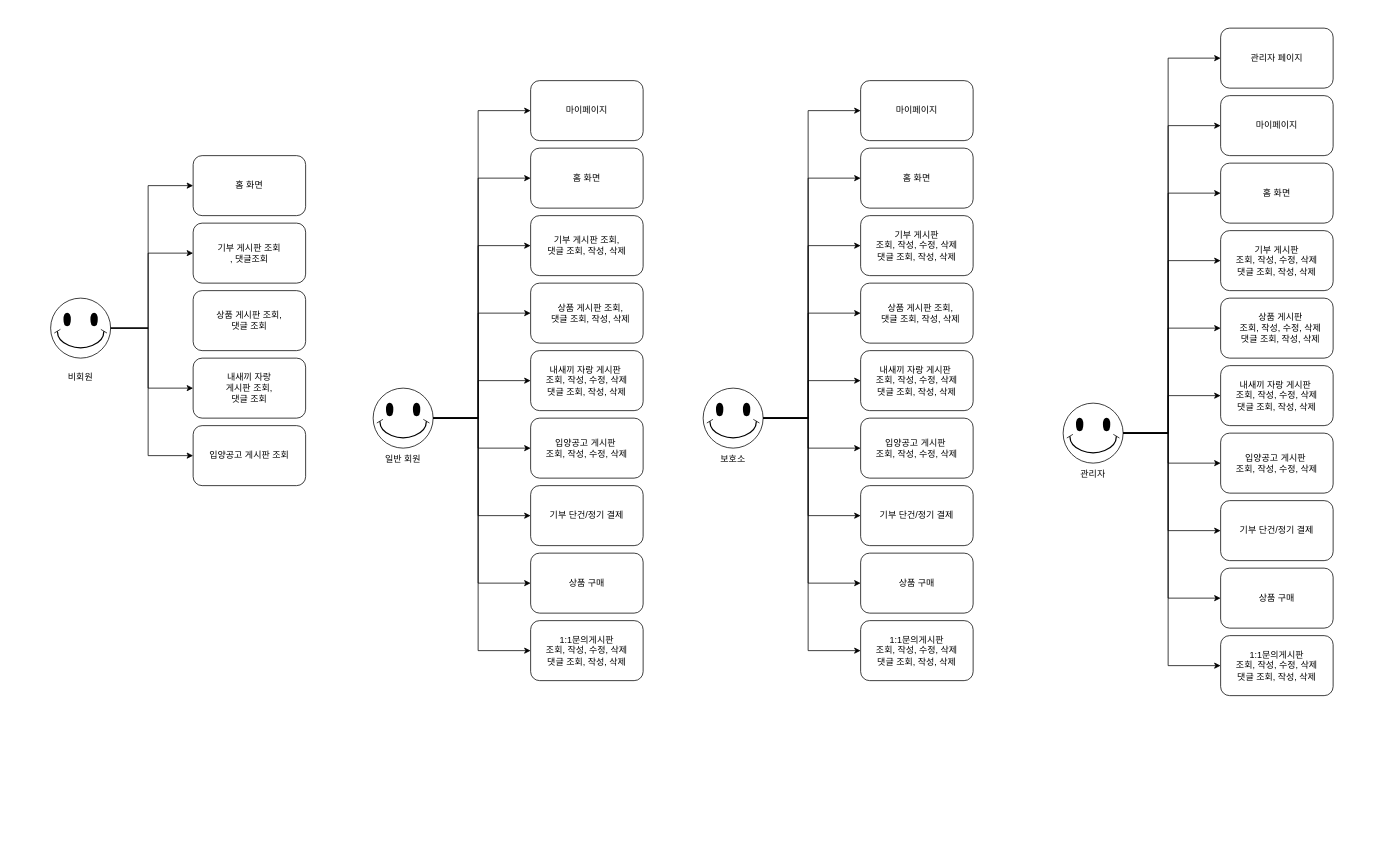
This is ttamna/document/플로우차트/Usecase Diagram.drawio from choihyunjoon1/ttamna, a draw.io file, before an edit. Source tidied: cells renumbered, new cells numbered last; positions are measured from the earlier drawing's top-left corner, leaving out a move shared by most shapes. Both pictures are drawn from the tidied source at 75%, with x=0, y=0 at pixel (50, 28).
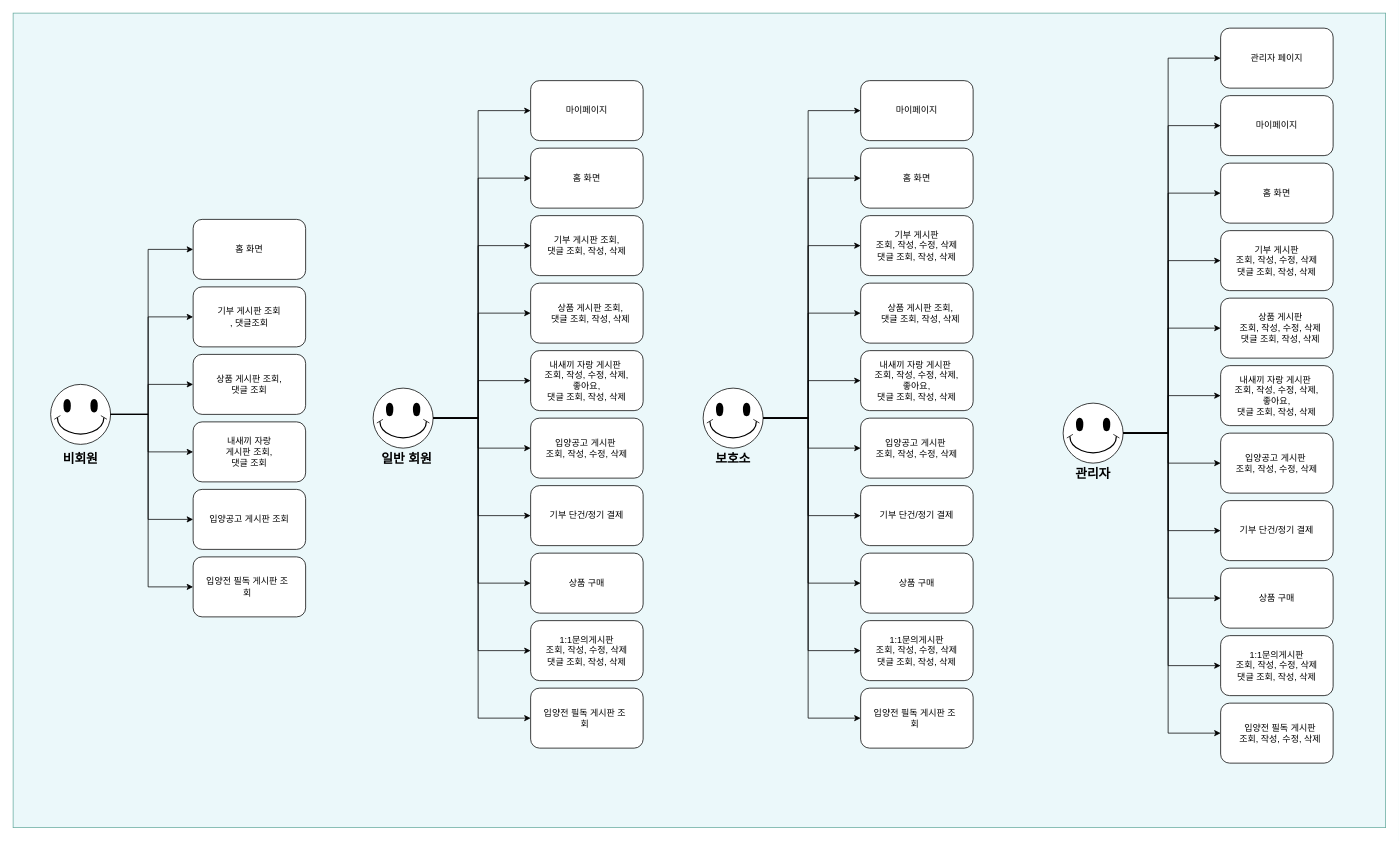
After the change.

Unchanged cells that the change refers to:
```xml
<mxCell id="10" style="verticalLabelPosition=bottom;verticalAlign=top;html=1;shape=mxgraph.basic.smiley;" parent="1" vertex="1">
  <mxGeometry x="430" y="480" width="80" height="80" as="geometry" />
</mxCell>
<mxCell id="44" style="verticalLabelPosition=bottom;verticalAlign=top;html=1;shape=mxgraph.basic.smiley;" parent="1" vertex="1">
  <mxGeometry x="870" y="480" width="80" height="80" as="geometry" />
</mxCell>
<mxCell id="70" style="verticalLabelPosition=bottom;verticalAlign=top;html=1;shape=mxgraph.basic.smiley;" parent="1" vertex="1">
  <mxGeometry x="1350" y="500" width="80" height="80" as="geometry" />
</mxCell>
```

Diff of the diagram source:
```diff
@@
+    <mxCell id="108" style="rounded=0;whiteSpace=wrap;html=1;fontSize=17;fillColor=#EBF8FA;strokeColor=#67AB9F;" parent="1" vertex="1">
+      <mxGeometry x="-50" y="-20" width="1830" height="1086" as="geometry" />
+    </mxCell>
     <mxCell id="2" style="verticalLabelPosition=bottom;verticalAlign=top;html=1;shape=mxgraph.basic.smiley;" parent="1" vertex="1">
-      <mxGeometry y="360" width="80" height="80" as="geometry" />
+      <mxGeometry y="475" width="80" height="80" as="geometry" />
     </mxCell>
-    <mxCell id="3" value="비회원" style="text;html=1;strokeColor=none;fillColor=none;align=center;verticalAlign=middle;whiteSpace=wrap;rounded=0;" parent="1" vertex="1">
-      <mxGeometry x="10" y="450" width="60" height="30" as="geometry" />
+    <mxCell id="3" value="비회원" style="text;html=1;strokeColor=none;fillColor=none;align=center;verticalAlign=middle;whiteSpace=wrap;rounded=0;fontSize=17;fontStyle=1;" parent="1" vertex="1">
+      <mxGeometry x="5" y="555" width="70" height="40" as="geometry" />
     </mxCell>
     <mxCell id="4" style="rounded=1;whiteSpace=wrap;html=1;" parent="1" vertex="1">
-      <mxGeometry x="190" y="260" width="150" height="80" as="geometry" />
+      <mxGeometry x="190" y="345" width="150" height="80" as="geometry" />
     </mxCell>
     <mxCell id="5" value="기부 게시판 조회&lt;br&gt;, 댓글조회" style="text;html=1;strokeColor=none;fillColor=none;align=center;verticalAlign=middle;whiteSpace=wrap;rounded=0;" parent="1" vertex="1">
-      <mxGeometry x="200" y="270" width="130" height="60" as="geometry" />
+      <mxGeometry x="200" y="355" width="130" height="60" as="geometry" />
     </mxCell>
     <mxCell id="6" style="rounded=1;whiteSpace=wrap;html=1;" parent="1" vertex="1">
-      <mxGeometry x="190" y="440" width="150" height="80" as="geometry" />
+      <mxGeometry x="190" y="525" width="150" height="80" as="geometry" />
     </mxCell>
     <mxCell id="7" value="내새끼 자랑&lt;br&gt;게시판 조회,&lt;br&gt;댓글 조회" style="text;html=1;strokeColor=none;fillColor=none;align=center;verticalAlign=middle;whiteSpace=wrap;rounded=0;" parent="1" vertex="1">
-      <mxGeometry x="210" y="450" width="110" height="60" as="geometry" />
+      <mxGeometry x="210" y="535" width="110" height="60" as="geometry" />
     </mxCell>
     <mxCell id="8" style="endArrow=classic;html=1;rounded=0;entryX=0;entryY=0.5;entryDx=0;entryDy=0;exitX=1;exitY=0.5;exitDx=0;exitDy=0;exitPerimeter=0;" parent="1" edge="1" source="2" target="4">
       <mxGeometry relative="1" as="geometry">
         <Array as="points">
-          <mxPoint x="130" y="400" />
-          <mxPoint x="130" y="300" />
+          <mxPoint x="130" y="515" />
+          <mxPoint x="130" y="385" />
         </Array>
       </mxGeometry>
     </mxCell>
     <mxCell id="9" style="endArrow=classic;html=1;rounded=0;entryX=0;entryY=0.5;entryDx=0;entryDy=0;exitX=1;exitY=0.5;exitDx=0;exitDy=0;exitPerimeter=0;" parent="1" edge="1" source="2" target="6">
       <mxGeometry relative="1" as="geometry">
         <Array as="points">
-          <mxPoint x="130" y="400" />
-          <mxPoint x="130" y="480" />
+          <mxPoint x="130" y="515" />
+          <mxPoint x="130" y="565" />
         </Array>
       </mxGeometry>
     </mxCell>
@@
-    <mxCell id="11" value="일반 회원" style="text;html=1;strokeColor=none;fillColor=none;align=center;verticalAlign=middle;whiteSpace=wrap;rounded=0;" parent="1" vertex="1">
-      <mxGeometry x="440" y="560" width="60" height="30" as="geometry" />
+    <mxCell id="11" value="일반 회원" style="text;html=1;strokeColor=none;fillColor=none;align=center;verticalAlign=middle;whiteSpace=wrap;rounded=0;fontSize=17;fontStyle=1;" parent="1" vertex="1">
+      <mxGeometry x="430" y="560" width="90" height="30" as="geometry" />
     </mxCell>
     <mxCell id="12" style="rounded=1;whiteSpace=wrap;html=1;" parent="1" vertex="1">
-      <mxGeometry x="190" y="170" width="150" height="80" as="geometry" />
+      <mxGeometry x="190" y="255" width="150" height="80" as="geometry" />
     </mxCell>
     <mxCell id="13" value="홈 화면" style="text;html=1;strokeColor=none;fillColor=none;align=center;verticalAlign=middle;whiteSpace=wrap;rounded=0;" parent="1" vertex="1">
-      <mxGeometry x="200" y="180" width="130" height="60" as="geometry" />
+      <mxGeometry x="200" y="265" width="130" height="60" as="geometry" />
     </mxCell>
     <mxCell id="14" style="rounded=1;whiteSpace=wrap;html=1;" parent="1" vertex="1">
-      <mxGeometry x="190" y="350" width="150" height="80" as="geometry" />
+      <mxGeometry x="190" y="435" width="150" height="80" as="geometry" />
     </mxCell>
     <mxCell id="15" value="상품 게시판 조회,&lt;br&gt;댓글 조회" style="text;html=1;strokeColor=none;fillColor=none;align=center;verticalAlign=middle;whiteSpace=wrap;rounded=0;" parent="1" vertex="1">
-      <mxGeometry x="210" y="360" width="110" height="60" as="geometry" />
+      <mxGeometry x="210" y="445" width="110" height="60" as="geometry" />
     </mxCell>
     <mxCell id="16" style="rounded=1;whiteSpace=wrap;html=1;" parent="1" vertex="1">
-      <mxGeometry x="190" y="530" width="150" height="80" as="geometry" />
+      <mxGeometry x="190" y="615" width="150" height="80" as="geometry" />
     </mxCell>
     <mxCell id="17" value="입양공고 게시판 조회" style="text;html=1;strokeColor=none;fillColor=none;align=center;verticalAlign=middle;whiteSpace=wrap;rounded=0;" parent="1" vertex="1">
-      <mxGeometry x="205" y="540" width="120" height="60" as="geometry" />
+      <mxGeometry x="205" y="625" width="120" height="60" as="geometry" />
     </mxCell>
     <mxCell id="18" style="endArrow=classic;html=1;rounded=0;entryX=0;entryY=0.5;entryDx=0;entryDy=0;exitX=1;exitY=0.5;exitDx=0;exitDy=0;exitPerimeter=0;" parent="1" edge="1" source="2" target="16">
       <mxGeometry relative="1" as="geometry">
         <Array as="points">
-          <mxPoint x="130" y="400" />
-          <mxPoint x="130" y="570" />
+          <mxPoint x="130" y="515" />
+          <mxPoint x="130" y="655" />
         </Array>
       </mxGeometry>
     </mxCell>
     <mxCell id="19" style="endArrow=classic;html=1;rounded=0;entryX=0;entryY=0.5;entryDx=0;entryDy=0;exitX=1;exitY=0.5;exitDx=0;exitDy=0;exitPerimeter=0;" parent="1" edge="1" source="2" target="12">
       <mxGeometry relative="1" as="geometry">
         <Array as="points">
-          <mxPoint x="130" y="400" />
-          <mxPoint x="130" y="210" />
+          <mxPoint x="130" y="515" />
+          <mxPoint x="130" y="295" />
         </Array>
       </mxGeometry>
     </mxCell>
@@
-    <mxCell id="23" value="내새끼 자랑 게시판&amp;nbsp;&lt;br&gt;조회, 작성, 수정, 삭제&lt;br&gt;댓글 조회, 작성, 삭제" style="text;html=1;strokeColor=none;fillColor=none;align=center;verticalAlign=middle;whiteSpace=wrap;rounded=0;" parent="1" vertex="1">
+    <mxCell id="23" value="내새끼 자랑 게시판&amp;nbsp;&lt;br&gt;조회, 작성, 수정, 삭제,&lt;br&gt;좋아요,&lt;br&gt;댓글 조회, 작성, 삭제" style="text;html=1;strokeColor=none;fillColor=none;align=center;verticalAlign=middle;whiteSpace=wrap;rounded=0;" parent="1" vertex="1">
       <mxGeometry x="640" y="440" width="150" height="60" as="geometry" />
     </mxCell>
@@
     <mxCell id="33" value="상품 구매" style="text;html=1;strokeColor=none;fillColor=none;align=center;verticalAlign=middle;whiteSpace=wrap;rounded=0;" parent="1" vertex="1">
-      <mxGeometry x="650" y="710" width="130" height="60" as="geometry" />
+      <mxGeometry x="665" y="715" width="100" height="50" as="geometry" />
     </mxCell>
@@
-    <mxCell id="45" value="보호소" style="text;html=1;strokeColor=none;fillColor=none;align=center;verticalAlign=middle;whiteSpace=wrap;rounded=0;" parent="1" vertex="1">
+    <mxCell id="45" value="보호소" style="text;html=1;strokeColor=none;fillColor=none;align=center;verticalAlign=middle;whiteSpace=wrap;rounded=0;fontSize=17;fontStyle=1;" parent="1" vertex="1">
       <mxGeometry x="880" y="560" width="60" height="30" as="geometry" />
     </mxCell>
@@
-    <mxCell id="49" value="내새끼 자랑 게시판&amp;nbsp;&lt;br&gt;조회, 작성, 수정, 삭제&lt;br&gt;댓글 조회, 작성, 삭제" style="text;html=1;strokeColor=none;fillColor=none;align=center;verticalAlign=middle;whiteSpace=wrap;rounded=0;" parent="1" vertex="1">
+    <mxCell id="49" value="내새끼 자랑 게시판&amp;nbsp;&lt;br&gt;조회, 작성, 수정, 삭제,&lt;br&gt;좋아요,&lt;br&gt;댓글 조회, 작성, 삭제" style="text;html=1;strokeColor=none;fillColor=none;align=center;verticalAlign=middle;whiteSpace=wrap;rounded=0;" parent="1" vertex="1">
       <mxGeometry x="1080" y="440" width="150" height="60" as="geometry" />
     </mxCell>
@@
-    <mxCell id="71" value="관리자" style="text;html=1;strokeColor=none;fillColor=none;align=center;verticalAlign=middle;whiteSpace=wrap;rounded=0;" parent="1" vertex="1">
+    <mxCell id="71" value="관리자" style="text;html=1;strokeColor=none;fillColor=none;align=center;verticalAlign=middle;whiteSpace=wrap;rounded=0;fontSize=17;fontStyle=1;" parent="1" vertex="1">
       <mxGeometry x="1360" y="580" width="60" height="30" as="geometry" />
     </mxCell>
@@
-    <mxCell id="75" value="내새끼 자랑 게시판&amp;nbsp;&lt;br&gt;조회, 작성, 수정, 삭제&lt;br&gt;댓글 조회, 작성, 삭제" style="text;html=1;strokeColor=none;fillColor=none;align=center;verticalAlign=middle;whiteSpace=wrap;rounded=0;" parent="1" vertex="1">
+    <mxCell id="75" value="내새끼 자랑 게시판&amp;nbsp;&lt;br&gt;조회, 작성, 수정, 삭제,&lt;br&gt;좋아요,&lt;br&gt;댓글 조회, 작성, 삭제" style="text;html=1;strokeColor=none;fillColor=none;align=center;verticalAlign=middle;whiteSpace=wrap;rounded=0;" parent="1" vertex="1">
       <mxGeometry x="1560" y="460" width="150" height="60" as="geometry" />
     </mxCell>
@@
+    <mxCell id="109" style="rounded=1;whiteSpace=wrap;html=1;" parent="1" vertex="1">
+      <mxGeometry x="640" y="880" width="150" height="80" as="geometry" />
+    </mxCell>
+    <mxCell id="110" style="rounded=1;whiteSpace=wrap;html=1;fontStyle=1;" parent="1" vertex="1">
+      <mxGeometry x="1080" y="880" width="150" height="80" as="geometry" />
+    </mxCell>
+    <mxCell id="111" style="rounded=1;whiteSpace=wrap;html=1;" parent="1" vertex="1">
+      <mxGeometry x="1560" y="900" width="150" height="80" as="geometry" />
+    </mxCell>
+    <mxCell id="112" style="rounded=1;whiteSpace=wrap;html=1;" parent="1" vertex="1">
+      <mxGeometry x="190" y="705" width="150" height="80" as="geometry" />
+    </mxCell>
+    <mxCell id="113" value="입양전 필독 게시판 조회" style="text;html=1;strokeColor=none;fillColor=none;align=center;verticalAlign=middle;whiteSpace=wrap;rounded=0;" parent="1" vertex="1">
+      <mxGeometry x="205" y="715" width="115" height="60" as="geometry" />
+    </mxCell>
+    <mxCell id="114" value="입양전 필독 게시판 조회" style="text;html=1;strokeColor=none;fillColor=none;align=center;verticalAlign=middle;whiteSpace=wrap;rounded=0;" parent="1" vertex="1">
+      <mxGeometry x="655" y="890" width="115" height="60" as="geometry" />
+    </mxCell>
+    <mxCell id="115" value="입양전 필독 게시판 조회" style="text;html=1;strokeColor=none;fillColor=none;align=center;verticalAlign=middle;whiteSpace=wrap;rounded=0;" parent="1" vertex="1">
+      <mxGeometry x="1095" y="890" width="115" height="60" as="geometry" />
+    </mxCell>
+    <mxCell id="116" value="입양전 필독 게시판 &lt;br&gt;조회, 작성, 수정, 삭제" style="text;html=1;strokeColor=none;fillColor=none;align=center;verticalAlign=middle;whiteSpace=wrap;rounded=0;" parent="1" vertex="1">
+      <mxGeometry x="1577.5" y="910" width="122.5" height="60" as="geometry" />
+    </mxCell>
+    <mxCell id="117" style="endArrow=classic;html=1;rounded=0;exitX=1;exitY=0.5;exitDx=0;exitDy=0;exitPerimeter=0;entryX=0;entryY=0.5;entryDx=0;entryDy=0;" parent="1" edge="1" source="2" target="112">
+      <mxGeometry relative="1" as="geometry">
+        <Array as="points">
+          <mxPoint x="130" y="515" />
+          <mxPoint x="130" y="745" />
+        </Array>
+      </mxGeometry>
+    </mxCell>
+    <mxCell id="118" style="endArrow=classic;html=1;rounded=0;exitX=1;exitY=0.5;exitDx=0;exitDy=0;exitPerimeter=0;entryX=0;entryY=0.5;entryDx=0;entryDy=0;" parent="1" edge="1" source="2" target="14">
+      <mxGeometry relative="1" as="geometry">
+        <Array as="points">
+          <mxPoint x="130" y="515" />
+          <mxPoint x="130" y="475" />
+        </Array>
+      </mxGeometry>
+    </mxCell>
+    <mxCell id="119" style="endArrow=classic;html=1;rounded=0;exitX=1;exitY=0.5;exitDx=0;exitDy=0;exitPerimeter=0;entryX=0;entryY=0.5;entryDx=0;entryDy=0;" parent="1" edge="1" source="10" target="109">
+      <mxGeometry relative="1" as="geometry">
+        <Array as="points">
+          <mxPoint x="570" y="520" />
+          <mxPoint x="570" y="920" />
+        </Array>
+      </mxGeometry>
+    </mxCell>
+    <mxCell id="120" style="endArrow=classic;html=1;rounded=0;exitX=1;exitY=0.5;exitDx=0;exitDy=0;exitPerimeter=0;entryX=0;entryY=0.5;entryDx=0;entryDy=0;" parent="1" edge="1" source="44" target="110">
+      <mxGeometry relative="1" as="geometry">
+        <Array as="points">
+          <mxPoint x="1010" y="520" />
+          <mxPoint x="1010" y="920" />
+        </Array>
+      </mxGeometry>
+    </mxCell>
+    <mxCell id="121" style="endArrow=classic;html=1;rounded=0;exitX=1;exitY=0.5;exitDx=0;exitDy=0;exitPerimeter=0;entryX=0;entryY=0.5;entryDx=0;entryDy=0;" parent="1" edge="1" source="70" target="111">
+      <mxGeometry relative="1" as="geometry">
+        <Array as="points">
+          <mxPoint x="1490" y="540" />
+          <mxPoint x="1490" y="940" />
+        </Array>
+      </mxGeometry>
+    </mxCell>
```
